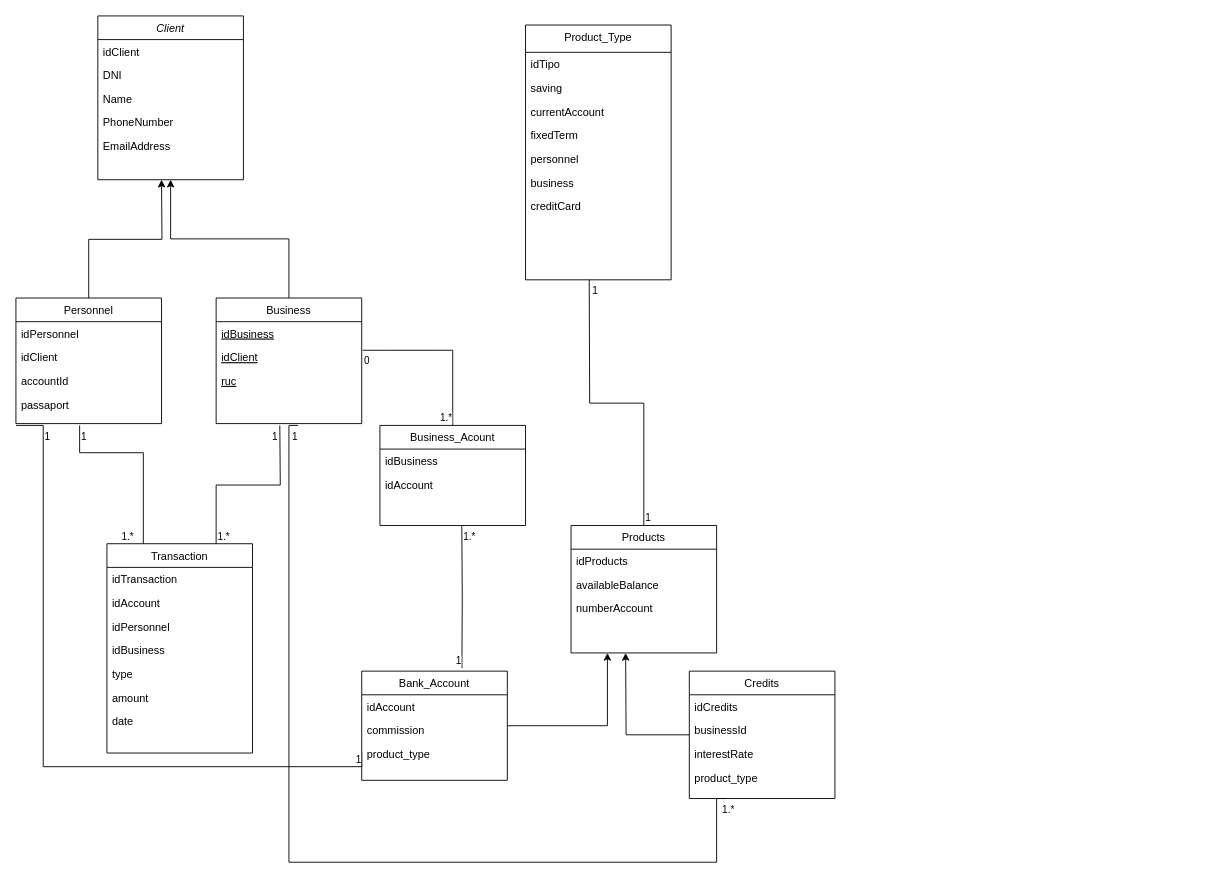
Before: BD/Proyecto1.drawio in josueLy/Project1, a draw.io diagram. Source tidied: cells renumbered, new cells numbered last; positions are measured from the earlier drawing's top-left corner, leaving out a move shared by most shapes. Both pictures are drawn from the tidied source at 91%, with x=0, y=0 at pixel (15, 15).
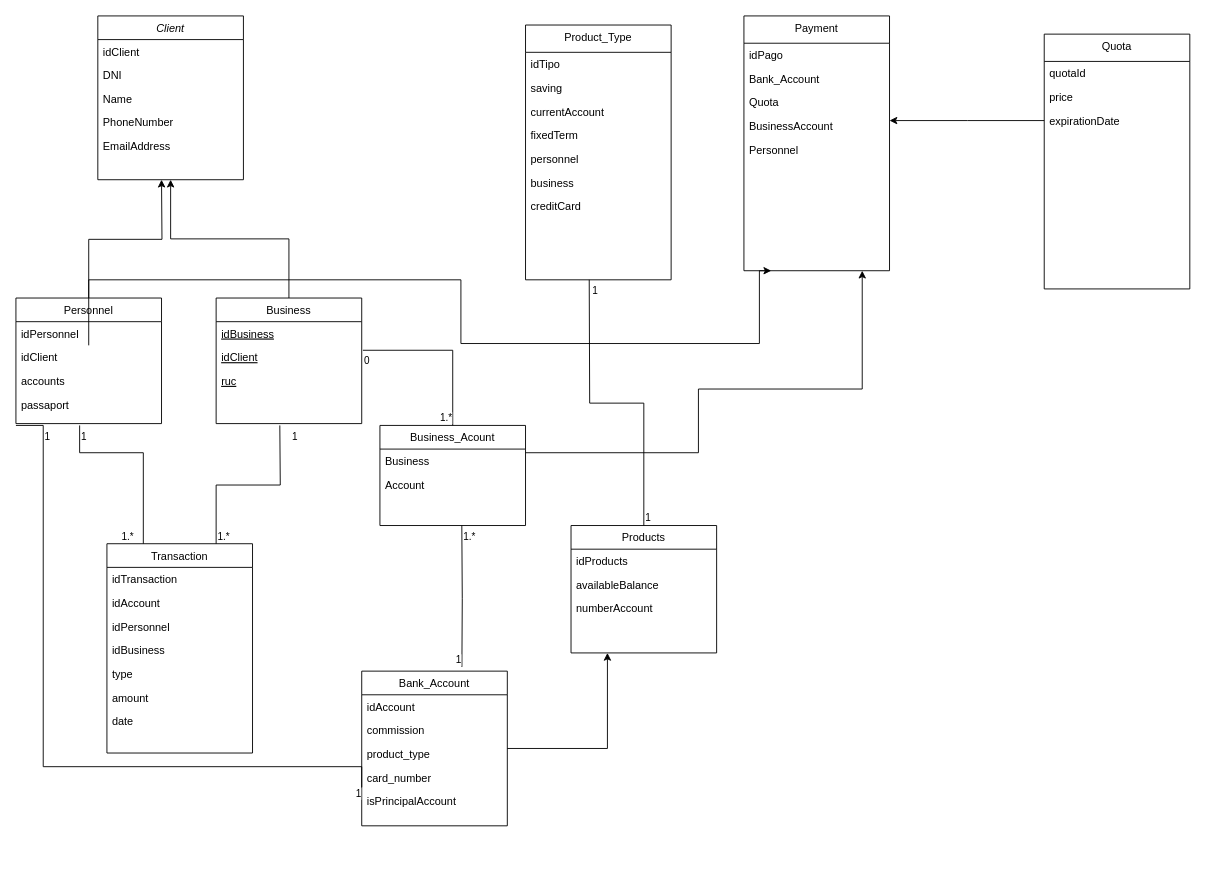
After the change.

Commit message (it also covers changes not shown here):
update of banck account finisshed

Unchanged cells that the change refers to:
```xml
<mxCell id="9" value="Personnel" style="swimlane;fontStyle=0;align=center;verticalAlign=top;horizontal=1;startSize=26;rounded=0;shadow=0;strokeWidth=1;" parent="1" vertex="1">
  <mxGeometry y="310" width="160" height="138" as="geometry" />
</mxCell>
<mxCell id="11" value="idClient" style="text;align=left;verticalAlign=top;spacingLeft=4;spacingRight=4;overflow=hidden;points=[[0,0.5],[1,0.5]];portConstraint=eastwest;" parent="9" vertex="1">
  <mxGeometry y="52" width="160" height="26" as="geometry" />
</mxCell>
<mxCell id="38" value="Business_Acount" style="swimlane;fontStyle=0;align=center;verticalAlign=top;horizontal=1;startSize=26;rounded=0;shadow=0;strokeWidth=1;" parent="1" vertex="1">
  <mxGeometry x="400" y="450" width="160" height="110" as="geometry" />
</mxCell>
```

The edit, as a diff of the source:
```diff
@@
-    <mxCell id="12" value="accountId" style="text;align=left;verticalAlign=top;spacingLeft=4;spacingRight=4;overflow=hidden;" parent="9" vertex="1">
+    <mxCell id="12" value="accounts&#10;" style="text;align=left;verticalAlign=top;spacingLeft=4;spacingRight=4;overflow=hidden;" parent="9" vertex="1">
       <mxGeometry y="78" width="160" height="26" as="geometry" />
     </mxCell>
@@
     <mxCell id="15" value="Bank_Account" style="swimlane;fontStyle=0;align=center;verticalAlign=top;horizontal=1;startSize=26;rounded=0;shadow=0;strokeWidth=1;" parent="1" vertex="1">
-      <mxGeometry x="380" y="720" width="160" height="120" as="geometry" />
+      <mxGeometry x="380" y="720" width="160" height="170" as="geometry" />
     </mxCell>
@@
+    <mxCell id="74" value="card_number" style="text;align=left;verticalAlign=top;spacingLeft=4;spacingRight=4;overflow=hidden;" parent="15" vertex="1">
+      <mxGeometry y="104" width="160" height="26" as="geometry" />
+    </mxCell>
+    <mxCell id="75" value="isPrincipalAccount" style="text;align=left;verticalAlign=top;spacingLeft=4;spacingRight=4;overflow=hidden;" parent="15" vertex="1">
+      <mxGeometry y="130" width="160" height="26" as="geometry" />
+    </mxCell>
@@
-    <mxCell id="27" style="edgeStyle=orthogonalEdgeStyle;rounded=0;jettySize=auto;html=1;" parent="1" edge="1" source="28">
-      <mxGeometry relative="1" as="geometry">
-        <mxPoint x="670" y="700" as="targetPoint" />
-      </mxGeometry>
-    </mxCell>
-    <mxCell id="28" value="Credits" style="swimlane;fontStyle=0;align=center;verticalAlign=top;horizontal=1;startSize=26;rounded=0;shadow=0;strokeWidth=1;" parent="1" vertex="1">
-      <mxGeometry x="740" y="720" width="160" height="140" as="geometry" />
-    </mxCell>
-    <mxCell id="29" value="idCredits" style="text;align=left;verticalAlign=top;spacingLeft=4;spacingRight=4;overflow=hidden;" parent="28" vertex="1">
-      <mxGeometry y="26" width="160" height="26" as="geometry" />
-    </mxCell>
-    <mxCell id="30" value="businessId" style="text;align=left;verticalAlign=top;spacingLeft=4;spacingRight=4;overflow=hidden;" parent="28" vertex="1">
-      <mxGeometry y="52" width="160" height="26" as="geometry" />
-    </mxCell>
-    <mxCell id="31" value="interestRate" style="text;align=left;verticalAlign=top;spacingLeft=4;spacingRight=4;overflow=hidden;" parent="28" vertex="1">
-      <mxGeometry y="78" width="160" height="26" as="geometry" />
-    </mxCell>
-    <mxCell id="32" value="product_type" style="text;align=left;verticalAlign=top;spacingLeft=4;spacingRight=4;overflow=hidden;" parent="28" vertex="1">
-      <mxGeometry y="104" width="160" height="26" as="geometry" />
-    </mxCell>
@@
+    <mxCell id="76" style="edgeStyle=orthogonalEdgeStyle;rounded=0;jettySize=auto;html=1;" parent="1" edge="1" source="38">
+      <mxGeometry relative="1" as="geometry">
+        <mxPoint x="930" y="280" as="targetPoint" />
+        <Array as="points">
+          <mxPoint x="750" y="480" />
+          <mxPoint x="750" y="410" />
+        </Array>
+      </mxGeometry>
+    </mxCell>
@@
-    <mxCell id="39" value="idBusiness" style="text;align=left;verticalAlign=top;spacingLeft=4;spacingRight=4;overflow=hidden;" parent="38" vertex="1">
+    <mxCell id="39" value="Business" style="text;align=left;verticalAlign=top;spacingLeft=4;spacingRight=4;overflow=hidden;" parent="38" vertex="1">
       <mxGeometry y="26" width="160" height="26" as="geometry" />
     </mxCell>
-    <mxCell id="40" value="idAccount" style="text;align=left;verticalAlign=top;spacingLeft=4;spacingRight=4;overflow=hidden;" parent="38" vertex="1">
+    <mxCell id="40" value="Account" style="text;align=left;verticalAlign=top;spacingLeft=4;spacingRight=4;overflow=hidden;" parent="38" vertex="1">
       <mxGeometry y="52" width="160" height="26" as="geometry" />
     </mxCell>
@@
-    <mxCell id="71" style="endArrow=none;html=1;edgeStyle=orthogonalEdgeStyle;rounded=0;entryX=0.25;entryY=1;entryDx=0;entryDy=0;" parent="1" edge="1" target="28">
-      <mxGeometry relative="1" as="geometry">
-        <mxPoint x="310" y="450" as="sourcePoint" />
-        <Array as="points">
-          <mxPoint x="300" y="450" />
-          <mxPoint x="300" y="930" />
-          <mxPoint x="770" y="930" />
-        </Array>
-      </mxGeometry>
-    </mxCell>
-    <mxCell id="72" value="1" style="edgeLabel;html=1;align=left;verticalAlign=bottom;" parent="71" vertex="1">
-      <mxGeometry x="-1" relative="1" as="geometry">
-        <mxPoint x="-30" y="20" as="offset" />
-      </mxGeometry>
-    </mxCell>
-    <mxCell id="73" value="1.*" style="edgeLabel;html=1;align=right;verticalAlign=bottom;" parent="71" vertex="1">
-      <mxGeometry x="1" relative="1" as="geometry">
-        <mxPoint x="10" y="20" as="offset" />
-      </mxGeometry>
-    </mxCell>
+    <mxCell id="77" style="edgeStyle=orthogonalEdgeStyle;rounded=0;jettySize=auto;html=1;" parent="1" edge="1" source="11">
+      <mxGeometry relative="1" as="geometry">
+        <mxPoint x="830" y="280" as="targetPoint" />
+        <Array as="points">
+          <mxPoint x="80" y="290" />
+          <mxPoint x="489" y="290" />
+          <mxPoint x="489" y="360" />
+          <mxPoint x="817" y="360" />
+        </Array>
+      </mxGeometry>
+    </mxCell>
+    <mxCell id="78" value="Payment" style="swimlane;fontStyle=0;align=center;verticalAlign=top;horizontal=1;startSize=30;rounded=0;shadow=0;strokeWidth=1;" parent="1" vertex="1">
+      <mxGeometry x="800" width="160" height="280" as="geometry" />
+    </mxCell>
+    <mxCell id="79" value="idPago" style="text;align=left;verticalAlign=top;spacingLeft=4;spacingRight=4;overflow=hidden;" parent="78" vertex="1">
+      <mxGeometry y="30" width="160" height="26" as="geometry" />
+    </mxCell>
+    <mxCell id="80" value="Bank_Account" style="text;align=left;verticalAlign=top;spacingLeft=4;spacingRight=4;overflow=hidden;" parent="78" vertex="1">
+      <mxGeometry y="56" width="160" height="26" as="geometry" />
+    </mxCell>
+    <mxCell id="81" value="Quota" style="text;align=left;verticalAlign=top;spacingLeft=4;spacingRight=4;overflow=hidden;" parent="78" vertex="1">
+      <mxGeometry y="82" width="160" height="26" as="geometry" />
+    </mxCell>
+    <mxCell id="82" value="BusinessAccount" style="text;align=left;verticalAlign=top;spacingLeft=4;spacingRight=4;overflow=hidden;" parent="78" vertex="1">
+      <mxGeometry y="108" width="160" height="26" as="geometry" />
+    </mxCell>
+    <mxCell id="83" value="Personnel" style="text;align=left;verticalAlign=top;spacingLeft=4;spacingRight=4;overflow=hidden;" parent="78" vertex="1">
+      <mxGeometry y="134" width="160" height="26" as="geometry" />
+    </mxCell>
+    <mxCell id="84" value="Quota" style="swimlane;fontStyle=0;align=center;verticalAlign=top;horizontal=1;startSize=30;rounded=0;shadow=0;strokeWidth=1;" parent="1" vertex="1">
+      <mxGeometry x="1130" y="20" width="160" height="280" as="geometry" />
+    </mxCell>
+    <mxCell id="85" value="quotaId" style="text;align=left;verticalAlign=top;spacingLeft=4;spacingRight=4;overflow=hidden;" parent="84" vertex="1">
+      <mxGeometry y="30" width="160" height="26" as="geometry" />
+    </mxCell>
+    <mxCell id="86" value="price" style="text;align=left;verticalAlign=top;spacingLeft=4;spacingRight=4;overflow=hidden;" parent="84" vertex="1">
+      <mxGeometry y="56" width="160" height="26" as="geometry" />
+    </mxCell>
+    <mxCell id="87" value="expirationDate" style="text;align=left;verticalAlign=top;spacingLeft=4;spacingRight=4;overflow=hidden;points=[[0,0.5],[1,0.5]];portConstraint=eastwest;" parent="84" vertex="1">
+      <mxGeometry y="82" width="160" height="26" as="geometry" />
+    </mxCell>
+    <mxCell id="88" style="edgeStyle=orthogonalEdgeStyle;rounded=0;jettySize=auto;html=1;exitX=0;exitY=0.5;exitDx=0;exitDy=0;" parent="1" edge="1" source="87">
+      <mxGeometry relative="1" as="geometry">
+        <mxPoint x="960" y="115" as="targetPoint" />
+      </mxGeometry>
+    </mxCell>
```
